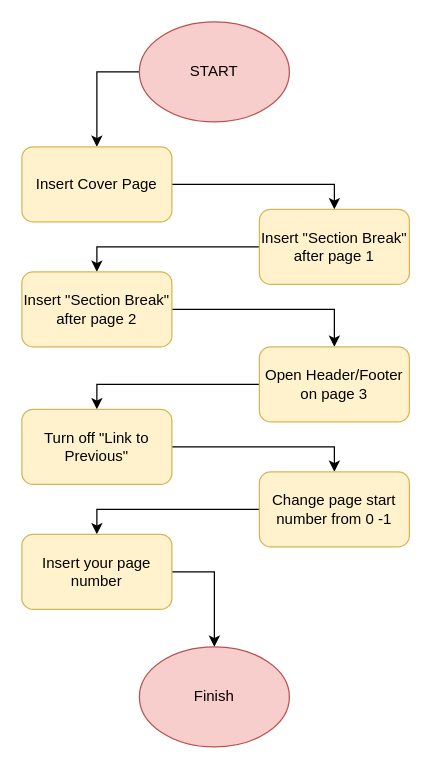
Earlier version of the draw.io diagram page_number.drawio (Benjihunt97/Flowcharts). Source tidied: cells renumbered, new cells numbered last; positions are measured from the earlier drawing's top-left corner, leaving out a move shared by most shapes. Both pictures are drawn from the tidied source at 125%, with x=0, y=0 at pixel (21, 21).
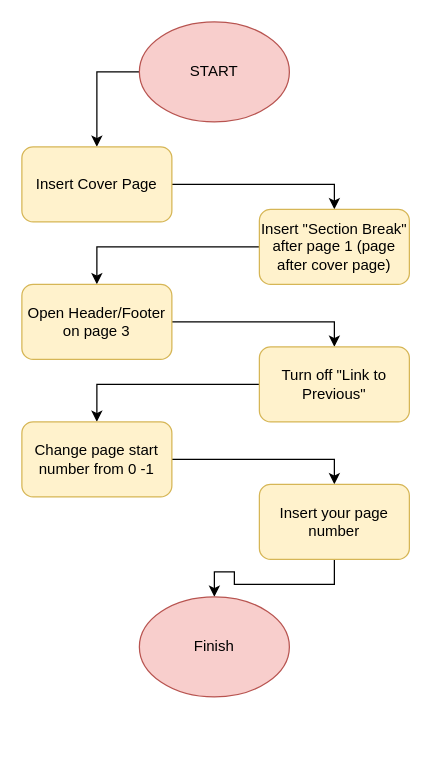
The same page after the edit.

Diff of the diagram source:
```diff
@@
-    <mxCell id="6" style="edgeStyle=orthogonalEdgeStyle;rounded=0;jettySize=auto;html=1;exitX=0;exitY=0.5;exitDx=0;exitDy=0;entryX=0.5;entryY=0;entryDx=0;entryDy=0;" parent="1" edge="1" source="7" target="9">
-      <mxGeometry relative="1" as="geometry" />
-    </mxCell>
+    <mxCell id="19" style="edgeStyle=orthogonalEdgeStyle;rounded=0;jettySize=auto;html=1;exitX=0;exitY=0.5;exitDx=0;exitDy=0;entryX=0.5;entryY=0;entryDx=0;entryDy=0;" parent="1" edge="1" source="7" target="11">
+      <mxGeometry relative="1" as="geometry" />
+    </mxCell>
-    <mxCell id="7" value="Insert &quot;Section Break&quot; after page 1" style="rounded=1;whiteSpace=wrap;html=1;fillColor=#fff2cc;strokeColor=#d6b656;" parent="1" vertex="1">
+    <mxCell id="7" value="Insert &quot;Section Break&quot; after page 1 (page after cover page)" style="rounded=1;whiteSpace=wrap;html=1;fillColor=#fff2cc;strokeColor=#d6b656;" parent="1" vertex="1">
       <mxGeometry x="190" y="150" width="120" height="60" as="geometry" />
     </mxCell>
-    <mxCell id="8" style="edgeStyle=orthogonalEdgeStyle;rounded=0;jettySize=auto;html=1;exitX=1;exitY=0.5;exitDx=0;exitDy=0;entryX=0.5;entryY=0;entryDx=0;entryDy=0;" parent="1" edge="1" source="9" target="11">
-      <mxGeometry relative="1" as="geometry" />
-    </mxCell>
-    <mxCell id="9" value="Insert &quot;Section Break&quot; after page 2" style="rounded=1;whiteSpace=wrap;html=1;fillColor=#fff2cc;strokeColor=#d6b656;" parent="1" vertex="1">
-      <mxGeometry y="200" width="120" height="60" as="geometry" />
-    </mxCell>
-    <mxCell id="10" style="edgeStyle=orthogonalEdgeStyle;rounded=0;jettySize=auto;html=1;exitX=0;exitY=0.5;exitDx=0;exitDy=0;entryX=0.5;entryY=0;entryDx=0;entryDy=0;" parent="1" edge="1" source="11" target="13">
+    <mxCell id="10" style="edgeStyle=orthogonalEdgeStyle;rounded=0;jettySize=auto;html=1;exitX=1;exitY=0.5;exitDx=0;exitDy=0;entryX=0.5;entryY=0;entryDx=0;entryDy=0;" parent="1" edge="1" source="11" target="13">
       <mxGeometry relative="1" as="geometry" />
     </mxCell>
     <mxCell id="11" value="Open Header/Footer on page 3" style="rounded=1;whiteSpace=wrap;html=1;fillColor=#fff2cc;strokeColor=#d6b656;" parent="1" vertex="1">
-      <mxGeometry x="190" y="260" width="120" height="60" as="geometry" />
+      <mxGeometry y="210" width="120" height="60" as="geometry" />
     </mxCell>
-    <mxCell id="12" style="edgeStyle=orthogonalEdgeStyle;rounded=0;jettySize=auto;html=1;exitX=1;exitY=0.5;exitDx=0;exitDy=0;entryX=0.5;entryY=0;entryDx=0;entryDy=0;" parent="1" edge="1" source="13" target="15">
+    <mxCell id="12" style="edgeStyle=orthogonalEdgeStyle;rounded=0;jettySize=auto;html=1;exitX=0;exitY=0.5;exitDx=0;exitDy=0;entryX=0.5;entryY=0;entryDx=0;entryDy=0;" parent="1" edge="1" source="13" target="15">
       <mxGeometry relative="1" as="geometry" />
     </mxCell>
     <mxCell id="13" value="Turn off &quot;Link to Previous&quot;" style="rounded=1;whiteSpace=wrap;html=1;fillColor=#fff2cc;strokeColor=#d6b656;" parent="1" vertex="1">
-      <mxGeometry y="310" width="120" height="60" as="geometry" />
+      <mxGeometry x="190" y="260" width="120" height="60" as="geometry" />
     </mxCell>
@@
     <mxCell id="15" value="Change page start number from 0 -1" style="rounded=1;whiteSpace=wrap;html=1;fillColor=#fff2cc;strokeColor=#d6b656;" parent="1" vertex="1">
-      <mxGeometry x="190" y="360" width="120" height="60" as="geometry" />
+      <mxGeometry y="320" width="120" height="60" as="geometry" />
     </mxCell>
-    <mxCell id="16" style="edgeStyle=orthogonalEdgeStyle;rounded=0;jettySize=auto;html=1;exitX=1;exitY=0.5;exitDx=0;exitDy=0;entryX=0.5;entryY=0;entryDx=0;entryDy=0;" parent="1" edge="1" source="17" target="18">
+    <mxCell id="16" style="edgeStyle=orthogonalEdgeStyle;rounded=0;jettySize=auto;html=1;exitX=0.5;exitY=1;exitDx=0;exitDy=0;" parent="1" edge="1" source="17" target="18">
       <mxGeometry relative="1" as="geometry" />
     </mxCell>
     <mxCell id="17" value="Insert your page number" style="rounded=1;whiteSpace=wrap;html=1;fillColor=#fff2cc;strokeColor=#d6b656;" parent="1" vertex="1">
-      <mxGeometry y="410" width="120" height="60" as="geometry" />
+      <mxGeometry x="190" y="370" width="120" height="60" as="geometry" />
     </mxCell>
     <mxCell id="18" value="Finish" style="ellipse;whiteSpace=wrap;html=1;fillColor=#f8cecc;strokeColor=#b85450;" parent="1" vertex="1">
-      <mxGeometry x="94" y="500" width="120" height="80" as="geometry" />
+      <mxGeometry x="94" y="460" width="120" height="80" as="geometry" />
     </mxCell>
```
